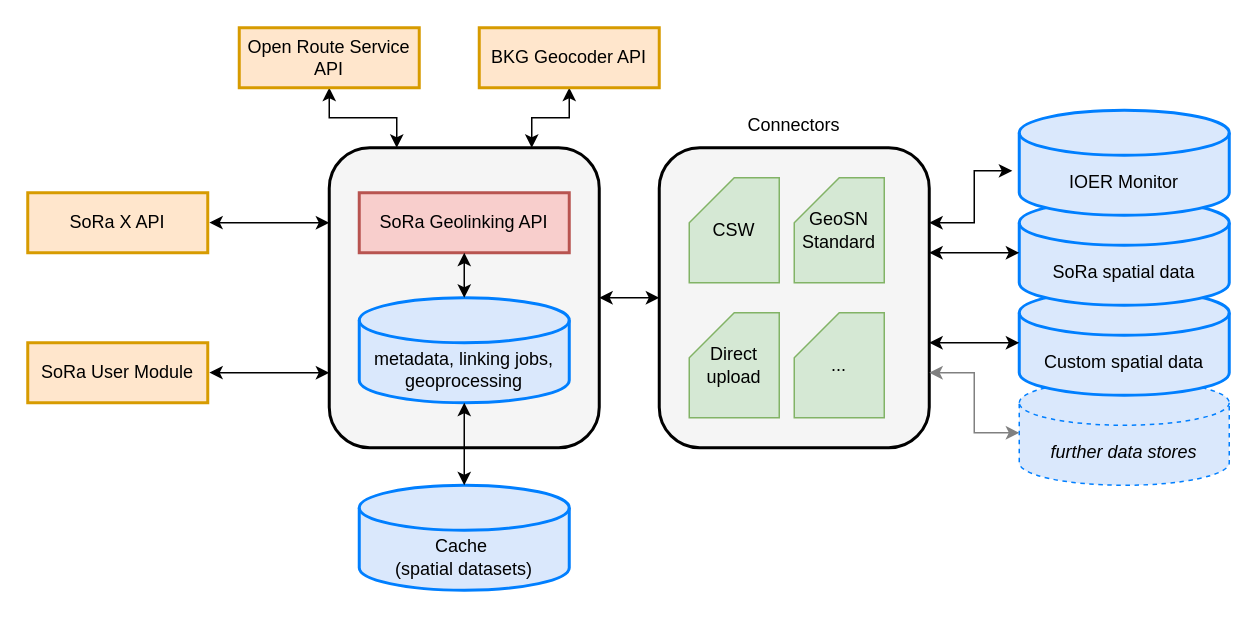
This is sora/sora_geolinking_network_v6_fuer_AGIT.drawio from traveller195/draw_io, a draw.io file, before an edit. Source tidied: cells renumbered, new cells numbered last; positions are measured from the earlier drawing's top-left corner, leaving out a move shared by most shapes. Both pictures are drawn from the tidied source at 150%, with x=0, y=0 at pixel (27, 27).
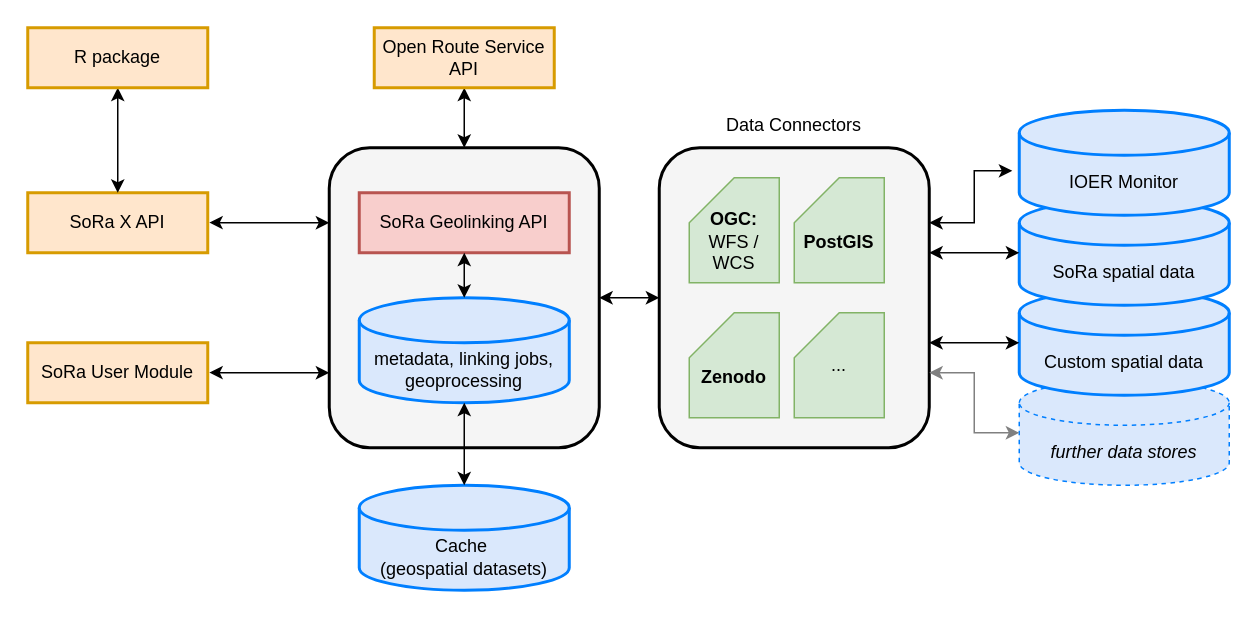
The same page after the edit.

The change refers to these unchanged cells:
```xml
<mxCell id="11" style="rounded=1;whiteSpace=wrap;html=1;fillColor=#F5F5F5;strokeWidth=2;" parent="1" vertex="1">
  <mxGeometry x="201" y="80" width="180" height="200" as="geometry" />
</mxCell>
<mxCell id="12" value="SoRa X API" style="rounded=0;whiteSpace=wrap;html=1;fillColor=#ffe6cc;strokeColor=#d79b00;strokeWidth=2;" parent="1" vertex="1">
  <mxGeometry y="110" width="120" height="40" as="geometry" />
</mxCell>
```

What changed in the source:
```diff
@@
-    <mxCell id="4" value="&lt;div&gt;Cache&amp;nbsp;&lt;/div&gt;&lt;div&gt;(spatial datasets)&lt;br&gt;&lt;/div&gt;" style="shape=cylinder3;whiteSpace=wrap;html=1;boundedLbl=1;backgroundOutline=1;size=15;fillColor=#dae8fc;strokeColor=#007FFF;strokeWidth=2;" parent="1" vertex="1">
+    <mxCell id="4" value="&lt;div&gt;Cache&amp;nbsp;&lt;/div&gt;&lt;div&gt;(geospatial datasets)&lt;br&gt;&lt;/div&gt;" style="shape=cylinder3;whiteSpace=wrap;html=1;boundedLbl=1;backgroundOutline=1;size=15;fillColor=#dae8fc;strokeColor=#007FFF;strokeWidth=2;" parent="1" vertex="1">
       <mxGeometry x="221" y="305" width="140" height="70" as="geometry" />
     </mxCell>
@@
-    <mxCell id="7" style="edgeStyle=orthogonalEdgeStyle;rounded=0;jettySize=auto;html=1;exitX=0.25;exitY=0;exitDx=0;exitDy=0;entryX=0.5;entryY=1;entryDx=0;entryDy=0;startArrow=classic;startFill=1;" parent="1" edge="1" source="11" target="14">
-      <mxGeometry relative="1" as="geometry" />
-    </mxCell>
-    <mxCell id="8" style="edgeStyle=orthogonalEdgeStyle;rounded=0;jettySize=auto;html=1;exitX=0.75;exitY=0;exitDx=0;exitDy=0;entryX=0.5;entryY=1;entryDx=0;entryDy=0;startArrow=classic;startFill=1;" parent="1" edge="1" source="11" target="24">
-      <mxGeometry relative="1" as="geometry" />
-    </mxCell>
@@
+    <mxCell id="7" style="edgeStyle=orthogonalEdgeStyle;rounded=0;jettySize=auto;html=1;startArrow=classic;startFill=1;" parent="1" edge="1" source="11" target="14">
+      <mxGeometry relative="1" as="geometry" />
+    </mxCell>
@@
     <mxCell id="14" value="Open Route Service API" style="rounded=0;whiteSpace=wrap;html=1;fillColor=#ffe6cc;strokeColor=#d79b00;strokeWidth=2;" parent="1" vertex="1">
-      <mxGeometry x="141" width="120" height="40" as="geometry" />
+      <mxGeometry x="231" width="120" height="40" as="geometry" />
     </mxCell>
@@
-    <mxCell id="20" value="CSW" style="shape=card;whiteSpace=wrap;html=1;fillColor=#d5e8d4;strokeColor=#82b366;" parent="1" vertex="1">
+    <mxCell id="20" value="&lt;div&gt;&lt;b&gt;&lt;br&gt;&lt;/b&gt;&lt;/div&gt;&lt;div&gt;&lt;b&gt;OGC:&lt;/b&gt; &lt;br&gt;&lt;/div&gt;&lt;div&gt;WFS / WCS&lt;/div&gt;" style="shape=card;whiteSpace=wrap;html=1;fillColor=#d5e8d4;strokeColor=#82b366;" parent="1" vertex="1">
       <mxGeometry x="441" y="100" width="60" height="70" as="geometry" />
     </mxCell>
-    <mxCell id="21" value="&lt;font style=&quot;font-size: 12px;&quot;&gt;GeoSN Standard&lt;/font&gt;" style="shape=card;whiteSpace=wrap;html=1;fillColor=#d5e8d4;strokeColor=#82b366;" parent="1" vertex="1">
+    <mxCell id="21" value="&lt;div&gt;&lt;br&gt;&lt;/div&gt;&lt;div&gt;&lt;b&gt;PostGIS&lt;/b&gt; &lt;br&gt;&lt;/div&gt;" style="shape=card;whiteSpace=wrap;html=1;fillColor=#d5e8d4;strokeColor=#82b366;" parent="1" vertex="1">
       <mxGeometry x="511" y="100" width="60" height="70" as="geometry" />
     </mxCell>
-    <mxCell id="22" value="Direct upload" style="shape=card;whiteSpace=wrap;html=1;fillColor=#d5e8d4;strokeColor=#82b366;" parent="1" vertex="1">
+    <mxCell id="22" value="&lt;div&gt;&lt;b&gt;&lt;br&gt;&lt;/b&gt;&lt;/div&gt;&lt;div&gt;&lt;b&gt;Zenodo&lt;/b&gt;&lt;/div&gt;" style="shape=card;whiteSpace=wrap;html=1;fillColor=#d5e8d4;strokeColor=#82b366;" parent="1" vertex="1">
       <mxGeometry x="441" y="190" width="60" height="70" as="geometry" />
     </mxCell>
@@
-    <mxCell id="24" value="BKG Geocoder API" style="rounded=0;whiteSpace=wrap;html=1;fillColor=#ffe6cc;strokeColor=#d79b00;strokeWidth=2;" parent="1" vertex="1">
-      <mxGeometry x="301" width="120" height="40" as="geometry" />
-    </mxCell>
@@
-    <mxCell id="30" value="Connectors" style="text;html=1;align=center;verticalAlign=middle;whiteSpace=wrap;rounded=0;" parent="1" vertex="1">
-      <mxGeometry x="481" y="50" width="60" height="30" as="geometry" />
+    <mxCell id="30" value="Data Connectors" style="text;html=1;align=center;verticalAlign=middle;whiteSpace=wrap;rounded=0;" parent="1" vertex="1">
+      <mxGeometry x="461" y="50" width="100" height="30" as="geometry" />
     </mxCell>
+    <mxCell id="31" style="edgeStyle=orthogonalEdgeStyle;rounded=0;jettySize=auto;html=1;exitX=0.5;exitY=1;exitDx=0;exitDy=0;entryX=0.5;entryY=0;entryDx=0;entryDy=0;startArrow=classic;startFill=1;" parent="1" edge="1" source="32" target="12">
+      <mxGeometry relative="1" as="geometry" />
+    </mxCell>
+    <mxCell id="32" value="R package" style="rounded=0;whiteSpace=wrap;html=1;fillColor=#ffe6cc;strokeColor=#d79b00;strokeWidth=2;" parent="1" vertex="1">
+      <mxGeometry width="120" height="40" as="geometry" />
+    </mxCell>
```
